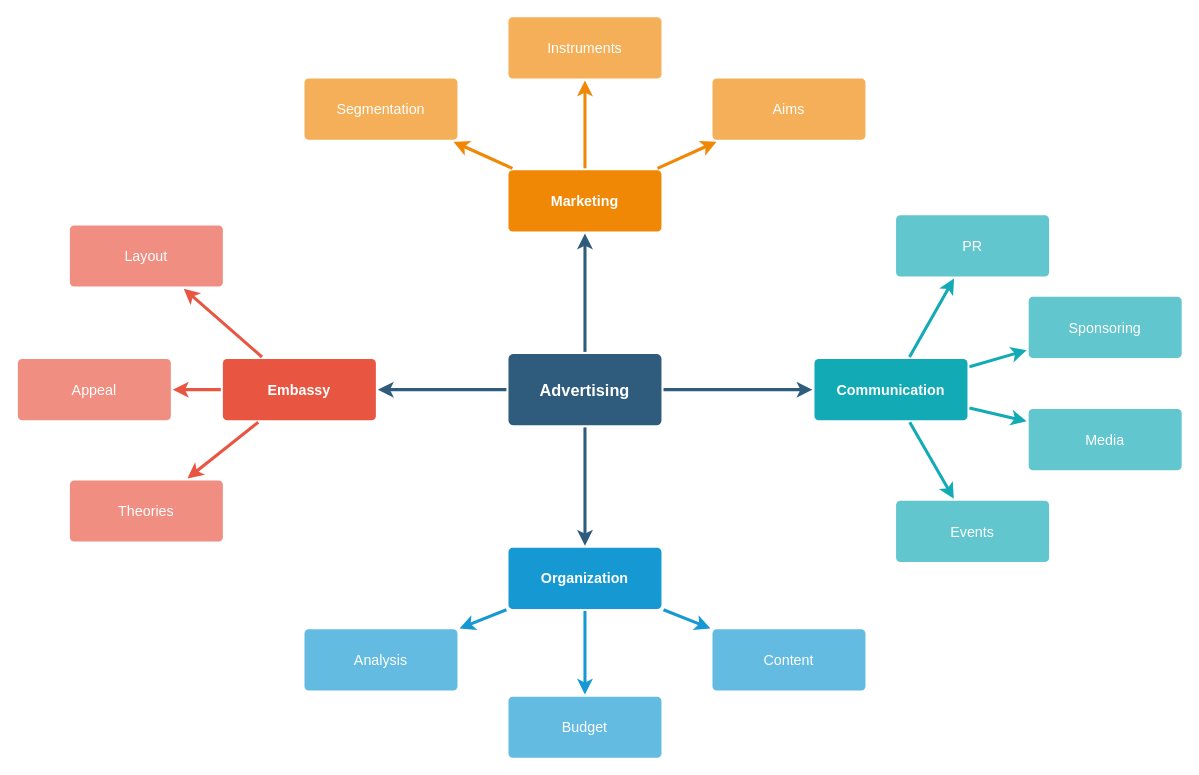
Above: 未命名绘图.drawio in YuanFeis/drowio (draw.io), before the change. Source tidied: cells renumbered, new cells numbered last; positions are measured from the earlier drawing's top-left corner, leaving out a move shared by most shapes. Both pictures are drawn from the tidied source at 102%, with x=0, y=0 at pixel (17, 16).
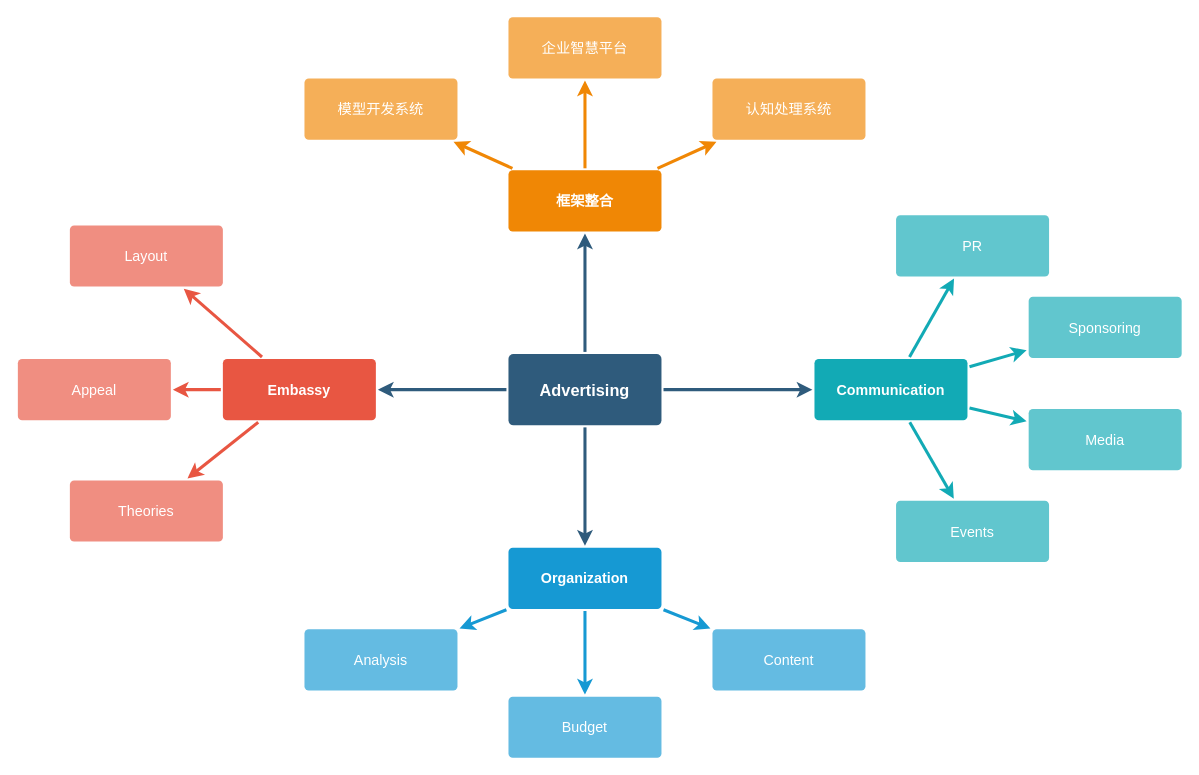
After the change.

Commit message (it also covers changes not shown here):
更新未命名绘图.drawio

The edit, as a diff of the source:
```diff
@@
-    <mxCell id="21" value="Marketing" style="rounded=1;whiteSpace=wrap;html=1;shadow=0;labelBackgroundColor=none;strokeColor=none;strokeWidth=3;fillColor=#F08705;fontFamily=Helvetica;fontSize=14;fontColor=#FFFFFF;align=center;spacing=5;fontStyle=1;arcSize=7;perimeterSpacing=2;" parent="1" vertex="1">
+    <mxCell id="21" value="框架整合" style="rounded=1;whiteSpace=wrap;html=1;shadow=0;labelBackgroundColor=none;strokeColor=none;strokeWidth=3;fillColor=#F08705;fontFamily=Helvetica;fontSize=14;fontColor=#FFFFFF;align=center;spacing=5;fontStyle=1;arcSize=7;perimeterSpacing=2;" parent="1" vertex="1">
       <mxGeometry x="481" y="150.5" width="150" height="60" as="geometry" />
     </mxCell>
-    <mxCell id="22" value="Aims&lt;br&gt;" style="rounded=1;whiteSpace=wrap;html=1;shadow=0;labelBackgroundColor=none;strokeColor=none;strokeWidth=3;fillColor=#f5af58;fontFamily=Helvetica;fontSize=14;fontColor=#FFFFFF;align=center;spacing=5;arcSize=7;perimeterSpacing=2;" parent="1" vertex="1">
+    <mxCell id="22" value="认知处理系统" style="rounded=1;whiteSpace=wrap;html=1;shadow=0;labelBackgroundColor=none;strokeColor=none;strokeWidth=3;fillColor=#f5af58;fontFamily=Helvetica;fontSize=14;fontColor=#FFFFFF;align=center;spacing=5;arcSize=7;perimeterSpacing=2;" parent="1" vertex="1">
       <mxGeometry x="681" y="60.5" width="150" height="60" as="geometry" />
     </mxCell>
@@
-    <mxCell id="24" value="Instruments" style="rounded=1;whiteSpace=wrap;html=1;shadow=0;labelBackgroundColor=none;strokeColor=none;strokeWidth=3;fillColor=#f5af58;fontFamily=Helvetica;fontSize=14;fontColor=#FFFFFF;align=center;spacing=5;arcSize=7;perimeterSpacing=2;" parent="1" vertex="1">
+    <mxCell id="24" value="企业智慧平台" style="rounded=1;whiteSpace=wrap;html=1;shadow=0;labelBackgroundColor=none;strokeColor=none;strokeWidth=3;fillColor=#f5af58;fontFamily=Helvetica;fontSize=14;fontColor=#FFFFFF;align=center;spacing=5;arcSize=7;perimeterSpacing=2;" parent="1" vertex="1">
       <mxGeometry x="481" y="0.5" width="150" height="60" as="geometry" />
     </mxCell>
@@
-    <mxCell id="26" value="Segmentation" style="rounded=1;whiteSpace=wrap;html=1;shadow=0;labelBackgroundColor=none;strokeColor=none;strokeWidth=3;fillColor=#f5af58;fontFamily=Helvetica;fontSize=14;fontColor=#FFFFFF;align=center;spacing=5;arcSize=7;perimeterSpacing=2;" parent="1" vertex="1">
+    <mxCell id="26" value="模型开发系统" style="rounded=1;whiteSpace=wrap;html=1;shadow=0;labelBackgroundColor=none;strokeColor=none;strokeWidth=3;fillColor=#f5af58;fontFamily=Helvetica;fontSize=14;fontColor=#FFFFFF;align=center;spacing=5;arcSize=7;perimeterSpacing=2;" parent="1" vertex="1">
       <mxGeometry x="281" y="60.5" width="150" height="60" as="geometry" />
     </mxCell>
```
